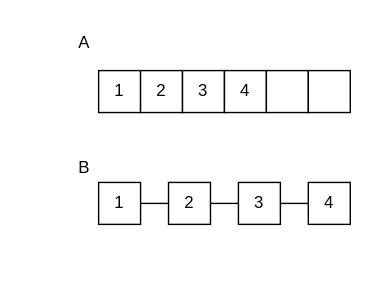
Earlier version of the draw.io export asset/img/arrayList.svg (mdgome/mdgome.github.io). Source tidied: cells renumbered, new cells last; positions are measured from the earlier drawing's top-left corner, leaving out a move shared by most shapes.
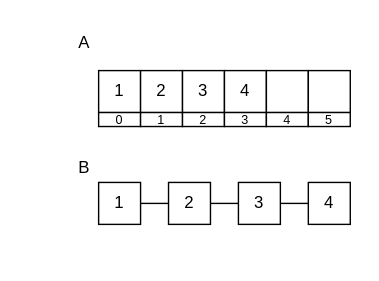
The same diagram one commit later.

What changed in the source:
```diff
@@ -53,5 +53,23 @@
     <mxCell id="18" style="rounded=0;whiteSpace=wrap;html=1;strokeColor=none;fillColor=none;" parent="1" vertex="1">
       <mxGeometry y="160" width="60" height="40" as="geometry" />
     </mxCell>
+    <mxCell id="19" value="&lt;font style=&quot;&quot;&gt;&lt;font style=&quot;font-size: 9px;&quot;&gt;0&lt;/font&gt;&lt;br&gt;&lt;/font&gt;" style="rounded=0;whiteSpace=wrap;html=1;" parent="1" vertex="1">
+      <mxGeometry x="70" y="80" width="30" height="10" as="geometry" />
+    </mxCell>
+    <mxCell id="20" value="&lt;font style=&quot;&quot;&gt;&lt;font style=&quot;font-size: 9px;&quot;&gt;1&lt;/font&gt;&lt;br&gt;&lt;/font&gt;" style="rounded=0;whiteSpace=wrap;html=1;" parent="1" vertex="1">
+      <mxGeometry x="100" y="80" width="30" height="10" as="geometry" />
+    </mxCell>
+    <mxCell id="21" value="&lt;font style=&quot;&quot;&gt;&lt;font style=&quot;font-size: 9px;&quot;&gt;2&lt;/font&gt;&lt;br&gt;&lt;/font&gt;" style="rounded=0;whiteSpace=wrap;html=1;" parent="1" vertex="1">
+      <mxGeometry x="130" y="80" width="30" height="10" as="geometry" />
+    </mxCell>
+    <mxCell id="22" value="&lt;font style=&quot;&quot;&gt;&lt;font style=&quot;font-size: 9px;&quot;&gt;3&lt;/font&gt;&lt;br&gt;&lt;/font&gt;" style="rounded=0;whiteSpace=wrap;html=1;" parent="1" vertex="1">
+      <mxGeometry x="160" y="80" width="30" height="10" as="geometry" />
+    </mxCell>
+    <mxCell id="23" value="&lt;font style=&quot;&quot;&gt;&lt;font style=&quot;font-size: 9px;&quot;&gt;4&lt;/font&gt;&lt;br&gt;&lt;/font&gt;" style="rounded=0;whiteSpace=wrap;html=1;" parent="1" vertex="1">
+      <mxGeometry x="190" y="80" width="30" height="10" as="geometry" />
+    </mxCell>
+    <mxCell id="24" value="&lt;font style=&quot;&quot;&gt;&lt;font style=&quot;font-size: 9px;&quot;&gt;5&lt;/font&gt;&lt;br&gt;&lt;/font&gt;" style="rounded=0;whiteSpace=wrap;html=1;" parent="1" vertex="1">
+      <mxGeometry x="220" y="80" width="30" height="10" as="geometry" />
+    </mxCell>
   </root>
 </mxGraphModel>
```
